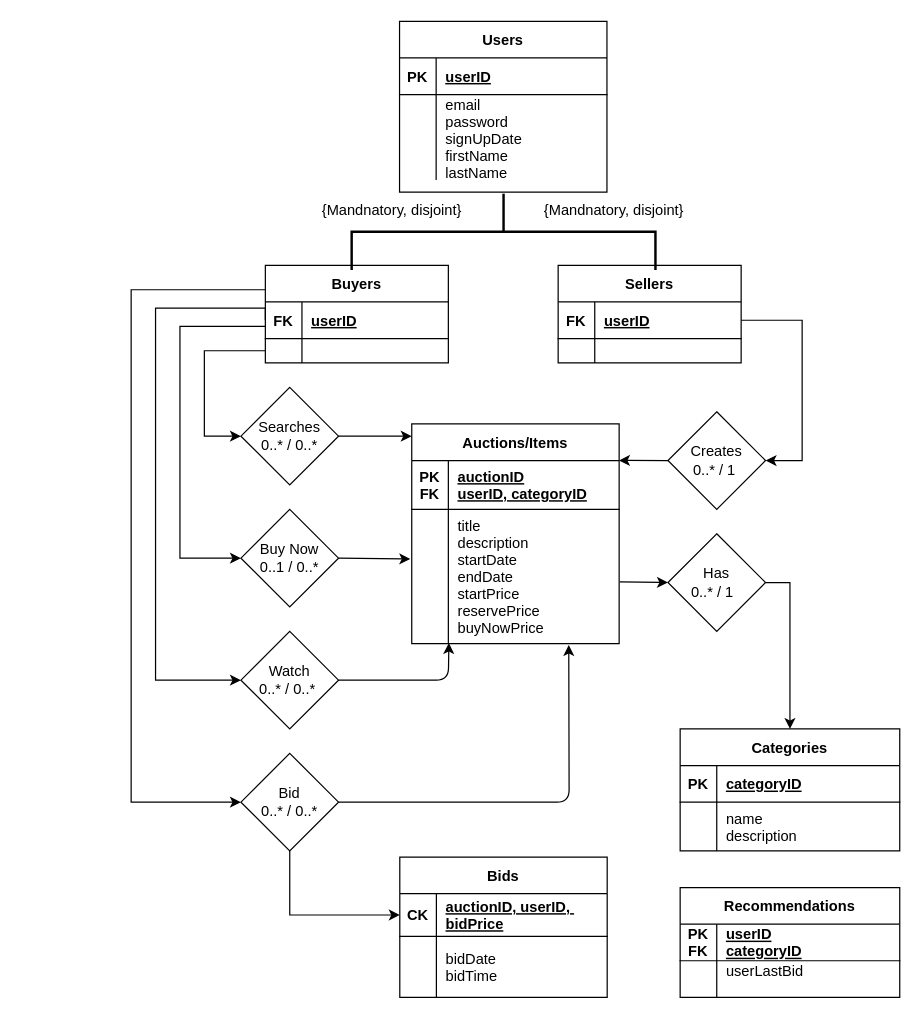
Earlier version of the draw.io diagram ER_diagram.drawio (shaundbs/databases-coursework). Source tidied: cells renumbered, new cells numbered last; positions are measured from the earlier drawing's top-left corner, leaving out a move shared by most shapes. Both pictures are drawn from the tidied source at 122%, with x=0, y=0 at pixel (131, 21).
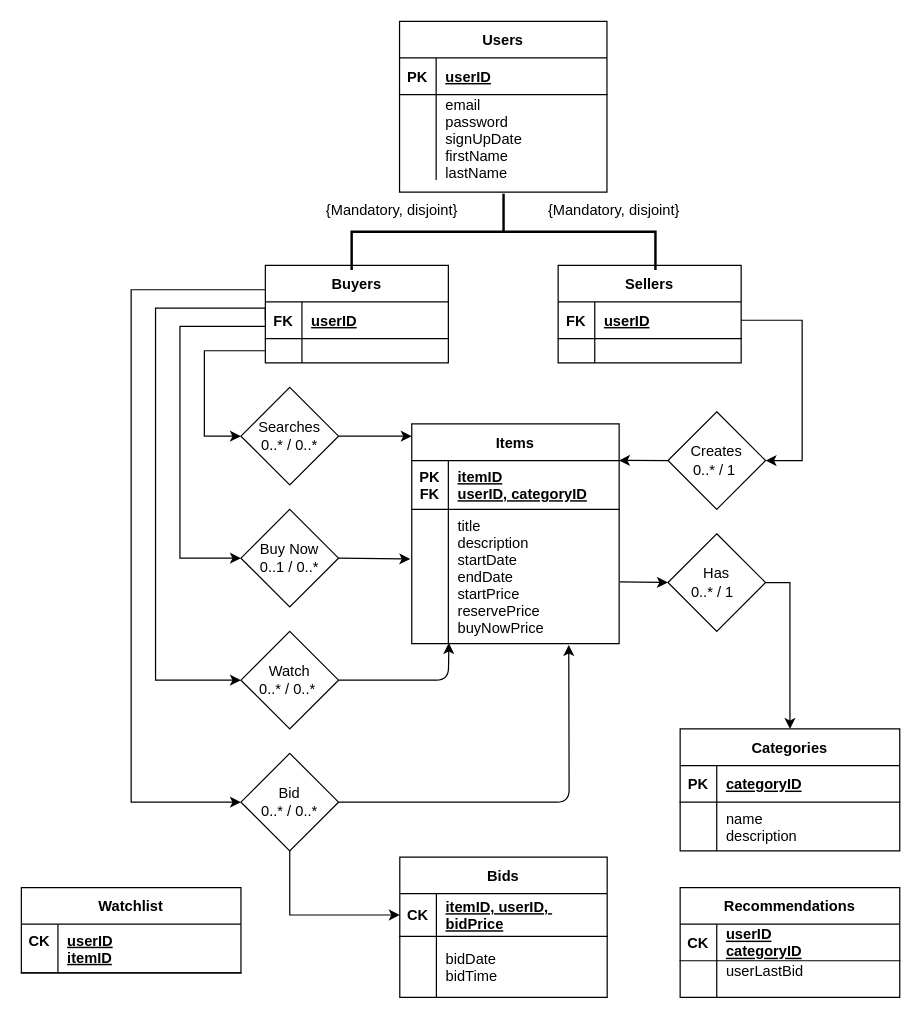
The same page after the edit.

Unchanged cells that the change refers to:
```xml
<mxCell id="35" style="shape=partialRectangle;fillColor=none;points=[[0,0.5],[1,0.5]];portConstraint=eastwest;top=0;left=0;right=0;bottom=1;" parent="34" vertex="1">
  <mxGeometry y="30" width="170" height="40" as="geometry" />
</mxCell>
<mxCell id="45" style="shape=partialRectangle;fillColor=none;top=0;left=0;bottom=1;right=0;" parent="44" vertex="1">
  <mxGeometry y="30" width="180" height="30" as="geometry" />
</mxCell>
<mxCell id="52" style="shape=partialRectangle;fillColor=none;points=[[0,0.5],[1,0.5]];portConstraint=eastwest;top=0;left=0;right=0;bottom=1;" parent="51" vertex="1">
  <mxGeometry y="30" width="170" height="35" as="geometry" />
</mxCell>
```

Change to the diagram source:
```diff
@@
-    <mxCell id="34" value="Auctions/Items" style="shape=table;startSize=30;childLayout=tableLayout;rowLines=0;fontStyle=1;align=center;" parent="1" vertex="1">
+    <mxCell id="34" value="Items" style="shape=table;startSize=30;childLayout=tableLayout;rowLines=0;fontStyle=1;align=center;" parent="1" vertex="1">
       <mxGeometry x="230" y="330" width="170" height="180" as="geometry" />
     </mxCell>
@@
-    <mxCell id="37" value="auctionID&#10;userID, categoryID" style="shape=partialRectangle;overflow=hidden;fillColor=none;top=0;left=0;bottom=0;right=0;align=left;spacingLeft=6;fontStyle=5;" parent="35" vertex="1">
+    <mxCell id="37" value="itemID&#10;userID, categoryID" style="shape=partialRectangle;overflow=hidden;fillColor=none;top=0;left=0;bottom=0;right=0;align=left;spacingLeft=6;fontStyle=5;" parent="35" vertex="1">
       <mxGeometry x="30" width="140" height="40" as="geometry" />
     </mxCell>
@@
-    <mxCell id="46" value="PK&#10;FK" style="shape=partialRectangle;fillColor=none;top=0;left=0;bottom=0;right=0;fontStyle=1;overflow=hidden;" parent="45" vertex="1">
+    <mxCell id="46" value="CK" style="shape=partialRectangle;fillColor=none;top=0;left=0;bottom=0;right=0;fontStyle=1;overflow=hidden;" parent="45" vertex="1">
       <mxGeometry width="30" height="30" as="geometry" />
     </mxCell>
@@
-    <mxCell id="54" value="auctionID, userID, &#10;bidPrice" style="shape=partialRectangle;overflow=hidden;fillColor=none;top=0;left=0;bottom=0;right=0;align=left;spacingLeft=6;fontStyle=5;" parent="52" vertex="1">
+    <mxCell id="54" value="itemID, userID, &#10;bidPrice" style="shape=partialRectangle;overflow=hidden;fillColor=none;top=0;left=0;bottom=0;right=0;align=left;spacingLeft=6;fontStyle=5;" parent="52" vertex="1">
       <mxGeometry x="30" width="140" height="35" as="geometry" />
     </mxCell>
@@
-    <mxCell id="65" value="{Mandnatory, disjoint}" style="text;html=1;strokeColor=none;fillColor=none;align=center;verticalAlign=middle;whiteSpace=wrap;rounded=0;" parent="1" vertex="1">
+    <mxCell id="65" value="{Mandatory, disjoint}" style="text;html=1;strokeColor=none;fillColor=none;align=center;verticalAlign=middle;whiteSpace=wrap;rounded=0;" parent="1" vertex="1">
       <mxGeometry x="149" y="140" width="130" height="30" as="geometry" />
     </mxCell>
-    <mxCell id="66" value="{Mandnatory, disjoint}" style="text;html=1;strokeColor=none;fillColor=none;align=center;verticalAlign=middle;whiteSpace=wrap;rounded=0;" parent="1" vertex="1">
+    <mxCell id="66" value="{Mandatory, disjoint}" style="text;html=1;strokeColor=none;fillColor=none;align=center;verticalAlign=middle;whiteSpace=wrap;rounded=0;" parent="1" vertex="1">
       <mxGeometry x="330.5" y="140" width="130" height="30" as="geometry" />
     </mxCell>
@@
+    <mxCell id="73" value="Watchlist" style="shape=table;startSize=30;childLayout=tableLayout;rowLines=0;fontStyle=1;align=center;" parent="1" vertex="1">
+      <mxGeometry x="-90" y="710" width="180" height="70" as="geometry" />
+    </mxCell>
+    <mxCell id="74" style="shape=partialRectangle;fillColor=none;top=0;left=0;bottom=1;right=0;" parent="73" vertex="1">
+      <mxGeometry y="30" width="180" height="40" as="geometry" />
+    </mxCell>
+    <mxCell id="75" value="CK&#10;" style="shape=partialRectangle;fillColor=none;top=0;left=0;bottom=0;right=0;fontStyle=1;overflow=hidden;" parent="74" vertex="1">
+      <mxGeometry width="30" height="40" as="geometry" />
+    </mxCell>
+    <mxCell id="76" value="userID&#10;itemID" style="shape=partialRectangle;fillColor=none;top=0;left=0;bottom=0;right=0;align=left;spacingLeft=6;fontStyle=5;overflow=hidden;" parent="74" vertex="1">
+      <mxGeometry x="30" width="150" height="40" as="geometry" />
+    </mxCell>
```
